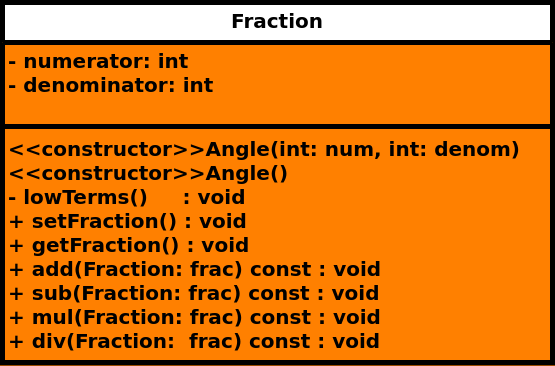
Alsayed-Aldkhakhni/CPP keeps this draw.io diagram as Book/Exercises/Chapter06/Ex11/class-diagram.png. Above is the earlier version. Source tidied: cells renumbered, new cells last; positions are measured from the earlier drawing's top-left corner, leaving out a move shared by most shapes.
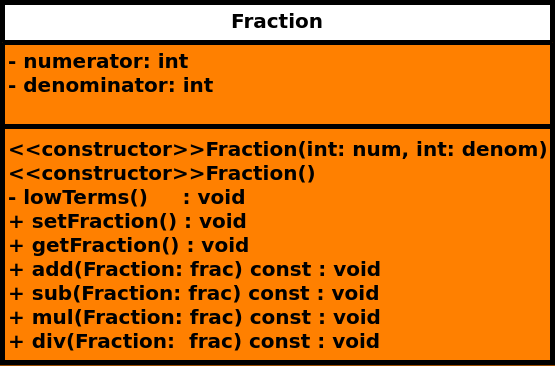
The same file after the commit.

Commit message:
UML class diagram.

Diff of the diagram source:
```diff
@@ -11,7 +11,7 @@
     <mxCell id="4" style="line;strokeWidth=5;fillColor=none;align=left;verticalAlign=middle;spacingTop=-1;spacingLeft=3;spacingRight=3;labelPosition=right;strokeColor=inherit;" parent="2" vertex="1">
       <mxGeometry y="120" width="550" height="8" as="geometry" />
     </mxCell>
-    <mxCell id="5" value="&lt;div&gt;&lt;b style=&quot;font-size: 20px;&quot;&gt;&amp;lt;&amp;lt;constructor&amp;gt;&amp;gt;&lt;/b&gt;&lt;span style=&quot;font-size: 20px; font-weight: 700; text-align: center;&quot;&gt;Angle&lt;/span&gt;&lt;b style=&quot;font-size: 20px;&quot;&gt;(int: num, int: denom)&lt;/b&gt;&lt;/div&gt;&lt;div&gt;&lt;b style=&quot;font-size: 20px;&quot;&gt;&amp;lt;&amp;lt;constructor&amp;gt;&amp;gt;&lt;/b&gt;&lt;span style=&quot;font-size: 20px; font-weight: 700; text-align: center;&quot;&gt;Angle&lt;/span&gt;&lt;b style=&quot;font-size: 20px;&quot;&gt;()&lt;/b&gt;&lt;/div&gt;&lt;div&gt;&lt;b style=&quot;font-size: 20px;&quot;&gt;- lowTerms()&amp;nbsp; &amp;nbsp; &amp;nbsp;: void&lt;/b&gt;&lt;/div&gt;&lt;div&gt;&lt;span style=&quot;font-size: 20px;&quot;&gt;&lt;b&gt;+ setFraction() : void&lt;/b&gt;&lt;/span&gt;&lt;/div&gt;&lt;div&gt;&lt;span style=&quot;font-size: 20px;&quot;&gt;&lt;b&gt;+ getFraction() : void&lt;/b&gt;&lt;/span&gt;&lt;/div&gt;&lt;div&gt;&lt;span style=&quot;font-size: 20px;&quot;&gt;&lt;b&gt;+ add(Fraction: frac) const : void&lt;/b&gt;&lt;/span&gt;&lt;/div&gt;&lt;div&gt;&lt;b style=&quot;font-size: 20px;&quot;&gt;+ sub(Fraction: frac) const : void&lt;/b&gt;&lt;span style=&quot;font-size: 20px;&quot;&gt;&lt;b&gt;&lt;br&gt;&lt;/b&gt;&lt;/span&gt;&lt;/div&gt;&lt;div&gt;&lt;b style=&quot;font-size: 20px;&quot;&gt;+ mul(Fraction: frac) const : void&lt;/b&gt;&lt;b style=&quot;font-size: 20px;&quot;&gt;&lt;br&gt;&lt;/b&gt;&lt;/div&gt;&lt;div&gt;&lt;b style=&quot;font-size: 20px;&quot;&gt;+ div(Fraction:&amp;nbsp; frac) const : void&lt;/b&gt;&lt;b style=&quot;font-size: 20px;&quot;&gt;&lt;br&gt;&lt;/b&gt;&lt;/div&gt;" style="text;strokeColor=none;fillColor=none;align=left;verticalAlign=top;spacingLeft=4;spacingRight=4;overflow=hidden;whiteSpace=wrap;html=1;" parent="2" vertex="1">
+    <mxCell id="5" value="&lt;div&gt;&lt;b style=&quot;font-size: 20px;&quot;&gt;&amp;lt;&amp;lt;constructor&amp;gt;&amp;gt;&lt;/b&gt;&lt;span style=&quot;font-size: 20px; font-weight: 700; text-align: center;&quot;&gt;Fraction&lt;/span&gt;&lt;b style=&quot;font-size: 20px;&quot;&gt;(int: num, int: denom)&lt;/b&gt;&lt;/div&gt;&lt;div&gt;&lt;b style=&quot;font-size: 20px;&quot;&gt;&amp;lt;&amp;lt;constructor&amp;gt;&amp;gt;&lt;/b&gt;&lt;span style=&quot;font-size: 20px; font-weight: 700; text-align: center;&quot;&gt;Fraction&lt;/span&gt;&lt;b style=&quot;font-size: 20px;&quot;&gt;()&lt;/b&gt;&lt;/div&gt;&lt;div&gt;&lt;b style=&quot;font-size: 20px;&quot;&gt;- lowTerms()&amp;nbsp; &amp;nbsp; &amp;nbsp;: void&lt;/b&gt;&lt;/div&gt;&lt;div&gt;&lt;span style=&quot;font-size: 20px;&quot;&gt;&lt;b&gt;+ setFraction() : void&lt;/b&gt;&lt;/span&gt;&lt;/div&gt;&lt;div&gt;&lt;span style=&quot;font-size: 20px;&quot;&gt;&lt;b&gt;+ getFraction() : void&lt;/b&gt;&lt;/span&gt;&lt;/div&gt;&lt;div&gt;&lt;span style=&quot;font-size: 20px;&quot;&gt;&lt;b&gt;+ add(Fraction: frac) const : void&lt;/b&gt;&lt;/span&gt;&lt;/div&gt;&lt;div&gt;&lt;b style=&quot;font-size: 20px;&quot;&gt;+ sub(Fraction: frac) const : void&lt;/b&gt;&lt;span style=&quot;font-size: 20px;&quot;&gt;&lt;b&gt;&lt;br&gt;&lt;/b&gt;&lt;/span&gt;&lt;/div&gt;&lt;div&gt;&lt;b style=&quot;font-size: 20px;&quot;&gt;+ mul(Fraction: frac) const : void&lt;/b&gt;&lt;b style=&quot;font-size: 20px;&quot;&gt;&lt;br&gt;&lt;/b&gt;&lt;/div&gt;&lt;div&gt;&lt;b style=&quot;font-size: 20px;&quot;&gt;+ div(Fraction:&amp;nbsp; frac) const : void&lt;/b&gt;&lt;b style=&quot;font-size: 20px;&quot;&gt;&lt;br&gt;&lt;/b&gt;&lt;/div&gt;" style="text;strokeColor=none;fillColor=none;align=left;verticalAlign=top;spacingLeft=4;spacingRight=4;overflow=hidden;whiteSpace=wrap;html=1;" parent="2" vertex="1">
       <mxGeometry y="128" width="550" height="232" as="geometry" />
     </mxCell>
   </root>
```
